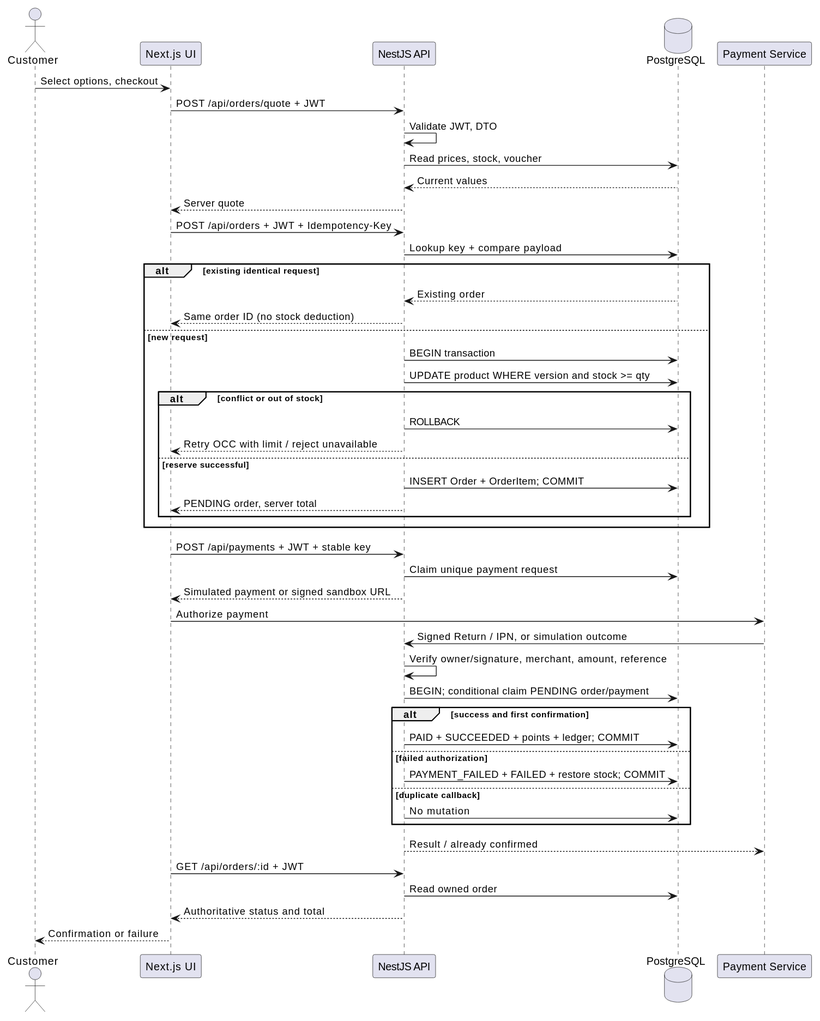
https-monstiez/BrewLite-AS2 keeps this PlantUML diagram as docs/diagrams/sequence-checkout.svg. Above is the earlier version.
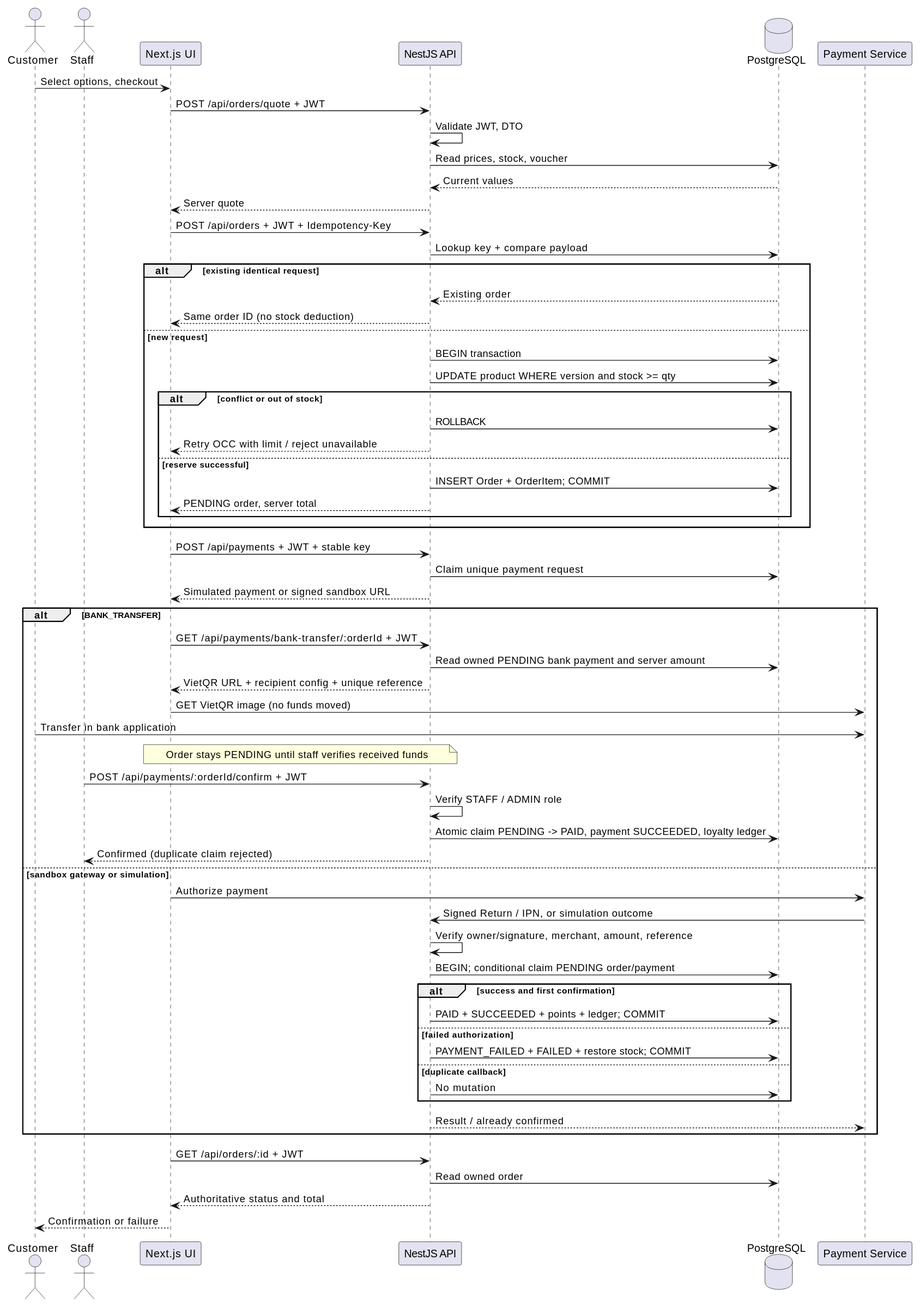
Above is the later version.

Change to the diagram source:
```diff
@@ -3,6 +3,7 @@
 skinparam shadowing false
 skinparam defaultFontName SansSerif
 actor Customer
+actor Staff
 participant "Next.js UI" as UI
 participant "NestJS API" as API
 database PostgreSQL as DB
@@ -32,6 +33,18 @@
 UI -> API : POST /api/payments + JWT + stable key
 API -> DB : Claim unique payment request
 API --> UI : Simulated payment or signed sandbox URL
+alt BANK_TRANSFER
+ UI -> API : GET /api/payments/bank-transfer/:orderId + JWT
+ API -> DB : Read owned PENDING bank payment and server amount
+ API --> UI : VietQR URL + recipient config + unique reference
+ UI -> PSP : GET VietQR image (no funds moved)
+ Customer -> PSP : Transfer in bank application
+ note over UI,API : Order stays PENDING until staff verifies received funds
+ Staff -> API : POST /api/payments/:orderId/confirm + JWT
+ API -> API : Verify STAFF / ADMIN role
+ API -> DB : Atomic claim PENDING -> PAID, payment SUCCEEDED, loyalty ledger
+ API --> Staff : Confirmed (duplicate claim rejected)
+else sandbox gateway or simulation
 UI -> PSP : Authorize payment
 PSP -> API : Signed Return / IPN, or simulation outcome
 API -> API : Verify owner/signature, merchant, amount, reference
@@ -44,6 +57,7 @@
  API -> DB : No mutation
 end
 API --> PSP : Result / already confirmed
+end
 UI -> API : GET /api/orders/:id + JWT
 API -> DB : Read owned order
 API --> UI : Authoritative status and total
```
